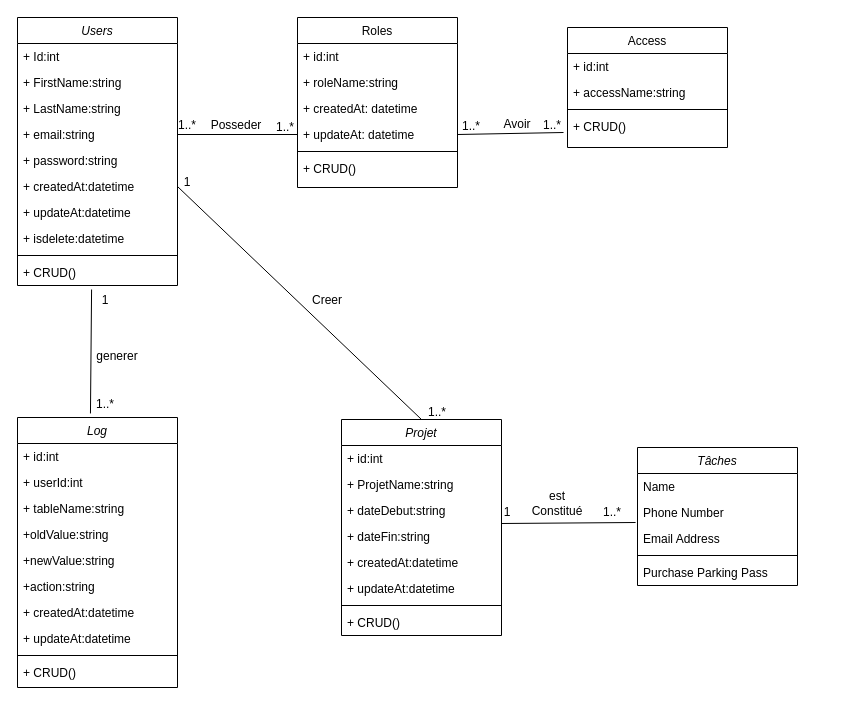
Earlier version of the draw.io diagram Diagramme sans nom.drawio (manuellaDouanla/symfonychat). Source tidied: cells renumbered, new cells numbered last; positions are measured from the earlier drawing's top-left corner, leaving out a move shared by most shapes. Both pictures are drawn from the tidied source at 100%, with x=0, y=0 at pixel (17, 17).
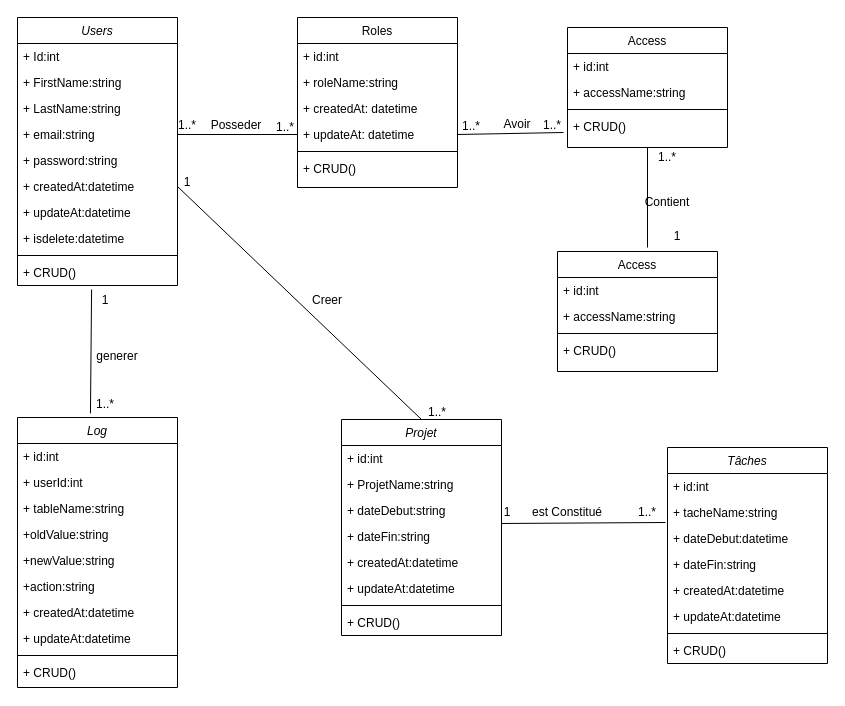
The same diagram, later.

Commit message:
Mettre à jour Diagramme patnuc cc.drawio

Unchanged cells that the change refers to:
```xml
<mxCell id="20" value="Access" style="swimlane;fontStyle=0;align=center;verticalAlign=top;horizontal=1;startSize=26;rounded=0;shadow=0;strokeWidth=1;" parent="1" vertex="1">
  <mxGeometry x="550" y="10" width="160" height="120" as="geometry" />
</mxCell>
```

What changed in the source:
```diff
@@
     <mxCell id="45" value="Tâches" style="swimlane;fontStyle=2;align=center;verticalAlign=top;horizontal=1;startSize=26;rounded=0;shadow=0;strokeWidth=1;" parent="1" vertex="1">
-      <mxGeometry x="620" y="430" width="160" height="138" as="geometry" />
+      <mxGeometry x="650" y="430" width="160" height="216" as="geometry" />
     </mxCell>
-    <mxCell id="46" value="Name" style="text;align=left;verticalAlign=top;spacingLeft=4;spacingRight=4;overflow=hidden;" parent="45" vertex="1">
+    <mxCell id="46" value="+ id:int" style="text;align=left;verticalAlign=top;spacingLeft=4;spacingRight=4;overflow=hidden;" parent="45" vertex="1">
       <mxGeometry y="26" width="160" height="26" as="geometry" />
     </mxCell>
-    <mxCell id="47" value="Phone Number" style="text;align=left;verticalAlign=top;spacingLeft=4;spacingRight=4;overflow=hidden;points=[[0,0.5],[1,0.5]];portConstraint=eastwest;rounded=0;shadow=0;html=0;" parent="45" vertex="1">
+    <mxCell id="47" value="+ tacheName:string" style="text;align=left;verticalAlign=top;spacingLeft=4;spacingRight=4;overflow=hidden;points=[[0,0.5],[1,0.5]];portConstraint=eastwest;rounded=0;shadow=0;html=0;" parent="45" vertex="1">
       <mxGeometry y="52" width="160" height="26" as="geometry" />
     </mxCell>
-    <mxCell id="48" value="Email Address" style="text;align=left;verticalAlign=top;spacingLeft=4;spacingRight=4;overflow=hidden;rounded=0;shadow=0;html=0;" parent="45" vertex="1">
+    <mxCell id="48" value="+ dateDebut:datetime" style="text;align=left;verticalAlign=top;spacingLeft=4;spacingRight=4;overflow=hidden;rounded=0;shadow=0;html=0;" parent="45" vertex="1">
       <mxGeometry y="78" width="160" height="26" as="geometry" />
     </mxCell>
+    <mxCell id="71" value="+ dateFin:string" style="text;align=left;verticalAlign=top;spacingLeft=4;spacingRight=4;overflow=hidden;rounded=0;shadow=0;html=0;" parent="45" vertex="1">
+      <mxGeometry y="104" width="160" height="26" as="geometry" />
+    </mxCell>
+    <mxCell id="72" value="+ createdAt:datetime" style="text;align=left;verticalAlign=top;spacingLeft=4;spacingRight=4;overflow=hidden;rounded=0;shadow=0;html=0;" parent="45" vertex="1">
+      <mxGeometry y="130" width="160" height="26" as="geometry" />
+    </mxCell>
+    <mxCell id="73" value="+ updateAt:datetime" style="text;align=left;verticalAlign=top;spacingLeft=4;spacingRight=4;overflow=hidden;rounded=0;shadow=0;html=0;" parent="45" vertex="1">
+      <mxGeometry y="156" width="160" height="26" as="geometry" />
+    </mxCell>
     <mxCell id="49" style="line;html=1;strokeWidth=1;align=left;verticalAlign=middle;spacingTop=-1;spacingLeft=3;spacingRight=3;labelPosition=right;" parent="45" vertex="1">
-      <mxGeometry y="104" width="160" height="8" as="geometry" />
+      <mxGeometry y="182" width="160" height="8" as="geometry" />
     </mxCell>
-    <mxCell id="50" value="Purchase Parking Pass" style="text;align=left;verticalAlign=top;spacingLeft=4;spacingRight=4;overflow=hidden;" parent="45" vertex="1">
-      <mxGeometry y="112" width="160" height="26" as="geometry" />
-    </mxCell>
+    <mxCell id="74" value="+ CRUD()" style="text;align=left;verticalAlign=top;spacingLeft=4;spacingRight=4;overflow=hidden;" parent="45" vertex="1">
+      <mxGeometry y="190" width="160" height="26" as="geometry" />
+    </mxCell>
@@
     <mxCell id="69" value="1..*" style="text;html=1;align=center;verticalAlign=middle;whiteSpace=wrap;rounded=0;" parent="1" vertex="1">
-      <mxGeometry x="565" y="480" width="60" height="30" as="geometry" />
+      <mxGeometry x="600" y="480" width="60" height="30" as="geometry" />
     </mxCell>
     <mxCell id="70" value="est Constitué" style="text;html=1;align=center;verticalAlign=middle;whiteSpace=wrap;rounded=0;" parent="1" vertex="1">
-      <mxGeometry x="510" y="471" width="60" height="30" as="geometry" />
+      <mxGeometry x="470" y="480" width="160" height="30" as="geometry" />
     </mxCell>
+    <mxCell id="75" value="Access" style="swimlane;fontStyle=0;align=center;verticalAlign=top;horizontal=1;startSize=26;rounded=0;shadow=0;strokeWidth=1;" parent="1" vertex="1">
+      <mxGeometry x="540" y="234" width="160" height="120" as="geometry" />
+    </mxCell>
+    <mxCell id="76" value="+ id:int" style="text;align=left;verticalAlign=top;spacingLeft=4;spacingRight=4;overflow=hidden;" parent="75" vertex="1">
+      <mxGeometry y="26" width="160" height="26" as="geometry" />
+    </mxCell>
+    <mxCell id="77" value="+ accessName:string" style="text;align=left;verticalAlign=top;spacingLeft=4;spacingRight=4;overflow=hidden;rounded=0;shadow=0;html=0;" parent="75" vertex="1">
+      <mxGeometry y="52" width="160" height="26" as="geometry" />
+    </mxCell>
+    <mxCell id="78" style="line;html=1;strokeWidth=1;align=left;verticalAlign=middle;spacingTop=-1;spacingLeft=3;spacingRight=3;labelPosition=right;" parent="75" vertex="1">
+      <mxGeometry y="78" width="160" height="8" as="geometry" />
+    </mxCell>
+    <mxCell id="79" value="+ CRUD()" style="text;align=left;verticalAlign=top;spacingLeft=4;spacingRight=4;overflow=hidden;" parent="75" vertex="1">
+      <mxGeometry y="86" width="160" height="26" as="geometry" />
+    </mxCell>
+    <mxCell id="80" style="endArrow=none;html=1;rounded=0;entryX=0.5;entryY=1;entryDx=0;entryDy=0;" parent="1" edge="1" target="20">
+      <mxGeometry relative="1" as="geometry">
+        <mxPoint x="630" y="230" as="sourcePoint" />
+      </mxGeometry>
+    </mxCell>
+    <mxCell id="81" value="1" style="text;html=1;align=center;verticalAlign=middle;whiteSpace=wrap;rounded=0;" parent="1" vertex="1">
+      <mxGeometry x="630" y="204" width="60" height="30" as="geometry" />
+    </mxCell>
+    <mxCell id="82" value="1..*" style="text;html=1;align=center;verticalAlign=middle;whiteSpace=wrap;rounded=0;" parent="1" vertex="1">
+      <mxGeometry x="620" y="125" width="60" height="30" as="geometry" />
+    </mxCell>
+    <mxCell id="83" value="Contient" style="text;html=1;align=center;verticalAlign=middle;whiteSpace=wrap;rounded=0;" parent="1" vertex="1">
+      <mxGeometry x="620" y="170" width="60" height="30" as="geometry" />
+    </mxCell>
```
